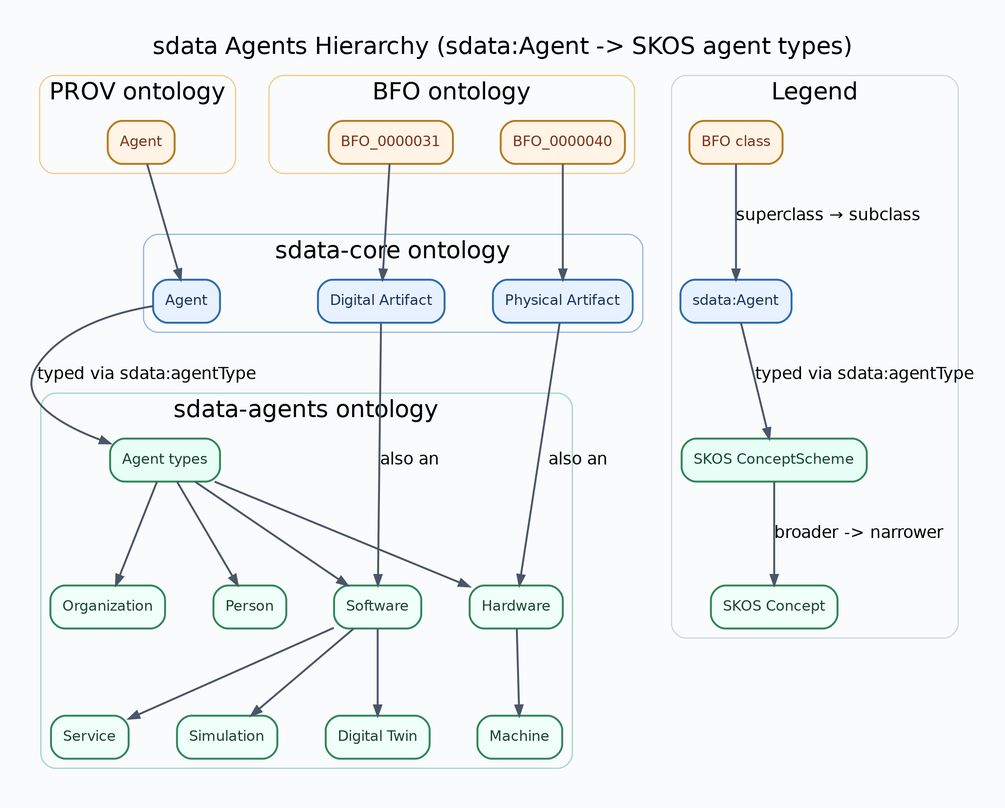
Before: docs/diagrams/sdata-agents-hierarchy.png, a diagram exported from Graphviz (lepy/sdata-ontology). Its source is kept beside it as docs/diagrams/sdata-agents-hierarchy.dot.
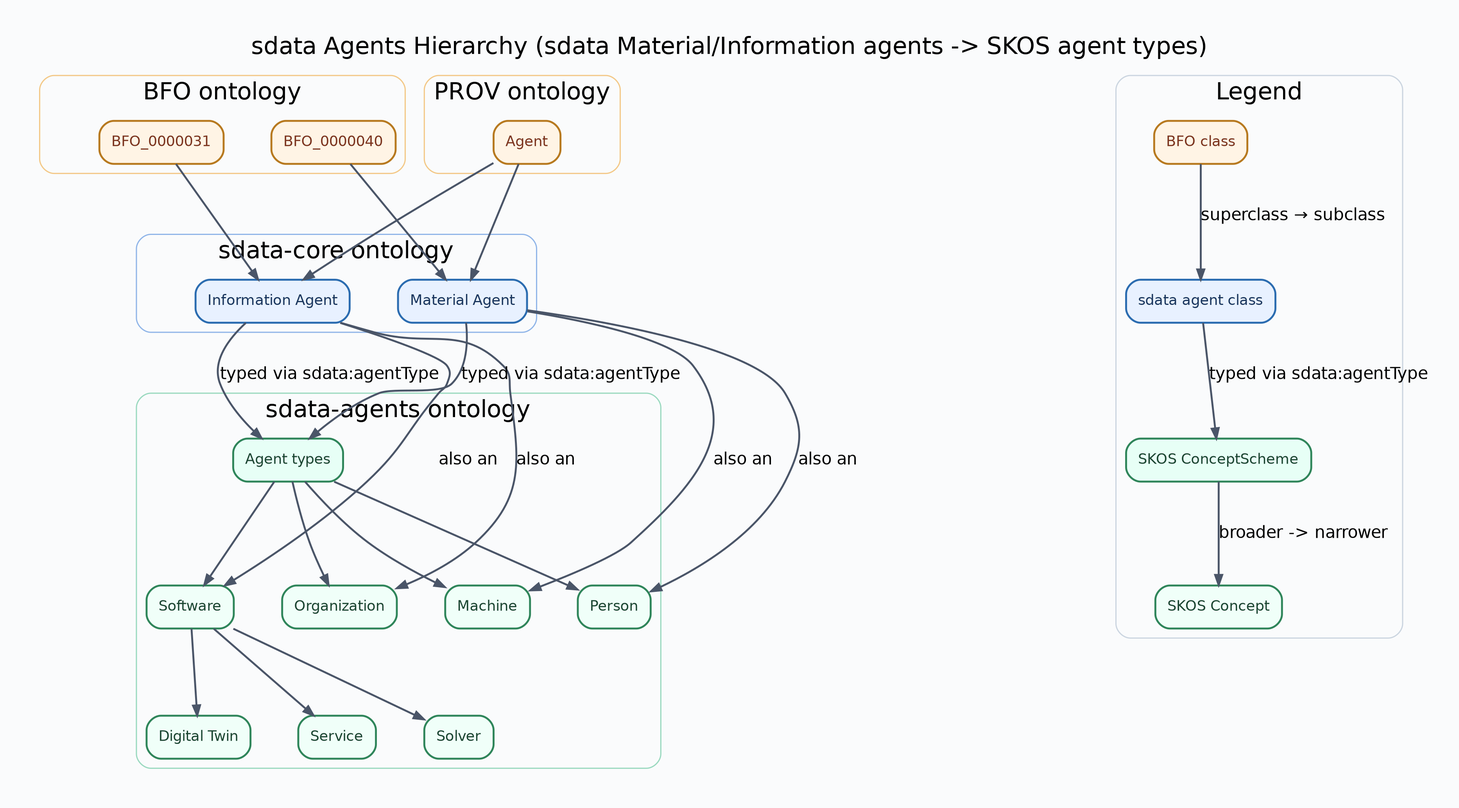
After the change.

What changed in the source:
```diff
@@ -2,7 +2,7 @@
 	graph [bgcolor="#FAFBFC",
 		fontname=Helvetica,
 		fontsize=20,
-		label="sdata Agents Hierarchy (sdata:Agent -> SKOS agent types)",
+		label="sdata Agents Hierarchy (sdata Material/Information agents -> SKOS agent types)",
 		labeljust=c,
 		labelloc=t,
 		nodesep=0.55,
@@ -25,20 +25,6 @@
 		fontname=Helvetica,
 		penwidth=1.6
 	];
-	subgraph cluster_prov {
-		graph [color="#F3C887",
-			label="PROV ontology",
-			style=rounded
-		];
-		"http://www.w3.org/ns/prov#Agent"	[color="#B7791F",
-			fillcolor="#FFF4E5",
-			fontcolor="#7B341E",
-			label=Agent];
-		__anchor_prov	[height=0,
-			label="",
-			style=invis,
-			width=0];
-	}
 	subgraph cluster_bfo {
 		graph [color="#F3C887",
 			label="BFO ontology",
@@ -57,23 +43,58 @@
 			style=invis,
 			width=0];
 	}
+	subgraph cluster_legend {
+		graph [color="#CBD5E0",
+			label=Legend,
+			style=rounded
+		];
+		legend_sdata	[color="#2B6CB0",
+			fillcolor="#E8F1FF",
+			fontcolor="#1A365D",
+			label="sdata agent class"];
+		legend_scheme	[color="#2F855A",
+			fillcolor="#E7FFF6",
+			fontcolor="#1C4532",
+			label="SKOS ConceptScheme"];
+		legend_sdata -> legend_scheme	[label="typed via sdata:agentType"];
+		legend_bfo	[color="#B7791F",
+			fillcolor="#FFF4E5",
+			fontcolor="#7B341E",
+			label="BFO class"];
+		legend_bfo -> legend_sdata	[label="superclass → subclass"];
+		legend_concept	[color="#2F855A",
+			fillcolor="#F0FFF9",
+			fontcolor="#1C4532",
+			label="SKOS Concept"];
+		legend_scheme -> legend_concept	[label="broader -> narrower"];
+	}
+	subgraph cluster_prov {
+		graph [color="#F3C887",
+			label="PROV ontology",
+			style=rounded
+		];
+		"http://www.w3.org/ns/prov#Agent"	[color="#B7791F",
+			fillcolor="#FFF4E5",
+			fontcolor="#7B341E",
+			label=Agent];
+		__anchor_prov	[height=0,
+			label="",
+			style=invis,
+			width=0];
+	}
 	subgraph cluster_core {
 		graph [color="#90B5E8",
 			label="sdata-core ontology",
 			style=rounded
 		];
-		"https://w3id.org/sdata/core#Agent"	[color="#2B6CB0",
+		"https://w3id.org/sdata/core#InformationAgent"	[color="#2B6CB0",
 			fillcolor="#E8F1FF",
 			fontcolor="#1A365D",
-			label=Agent];
-		"https://w3id.org/sdata/core#DigitalArtifact"	[color="#2B6CB0",
+			label="Information Agent"];
+		"https://w3id.org/sdata/core#MaterialAgent"	[color="#2B6CB0",
 			fillcolor="#E8F1FF",
 			fontcolor="#1A365D",
-			label="Digital Artifact"];
-		"https://w3id.org/sdata/core#PhysicalArtifact"	[color="#2B6CB0",
-			fillcolor="#E8F1FF",
-			fontcolor="#1A365D",
-			label="Physical Artifact"];
+			label="Material Agent"];
 		__anchor_core	[height=0,
 			label="",
 			style=invis,
@@ -92,10 +113,6 @@
 			fillcolor="#F0FFF9",
 			fontcolor="#1C4532",
 			label="Digital Twin"];
-		"https://w3id.org/sdata/vocab/agents#Hardware"	[color="#2F855A",
-			fillcolor="#F0FFF9",
-			fontcolor="#1C4532",
-			label=Hardware];
 		"https://w3id.org/sdata/vocab/agents#Machine"	[color="#2F855A",
 			fillcolor="#F0FFF9",
 			fontcolor="#1C4532",
@@ -112,58 +129,36 @@
 			fillcolor="#F0FFF9",
 			fontcolor="#1C4532",
 			label=Service];
-		"https://w3id.org/sdata/vocab/agents#Simulation"	[color="#2F855A",
-			fillcolor="#F0FFF9",
-			fontcolor="#1C4532",
-			label=Simulation];
 		"https://w3id.org/sdata/vocab/agents#Software"	[color="#2F855A",
 			fillcolor="#F0FFF9",
 			fontcolor="#1C4532",
 			label=Software];
+		"https://w3id.org/sdata/vocab/agents#Solver"	[color="#2F855A",
+			fillcolor="#F0FFF9",
+			fontcolor="#1C4532",
+			label=Solver];
 		__anchor_agents	[height=0,
 			label="",
 			style=invis,
 			width=0];
 	}
-	subgraph cluster_legend {
-		graph [color="#CBD5E0",
-			label=Legend,
-			style=rounded
-		];
-		legend_sdata	[color="#2B6CB0",
-			fillcolor="#E8F1FF",
-			fontcolor="#1A365D",
-			label="sdata:Agent"];
-		legend_scheme	[color="#2F855A",
-			fillcolor="#E7FFF6",
-			fontcolor="#1C4532",
-			label="SKOS ConceptScheme"];
-		legend_sdata -> legend_scheme	[label="typed via sdata:agentType"];
-		legend_bfo	[color="#B7791F",
-			fillcolor="#FFF4E5",
-			fontcolor="#7B341E",
-			label="BFO class"];
-		legend_bfo -> legend_sdata	[label="superclass → subclass"];
-		legend_concept	[color="#2F855A",
-			fillcolor="#F0FFF9",
-			fontcolor="#1C4532",
-			label="SKOS Concept"];
-		legend_scheme -> legend_concept	[label="broader -> narrower"];
-	}
-	"http://purl.obolibrary.org/obo/BFO_0000031" -> "https://w3id.org/sdata/core#DigitalArtifact";
-	"http://purl.obolibrary.org/obo/BFO_0000040" -> "https://w3id.org/sdata/core#PhysicalArtifact";
-	"http://www.w3.org/ns/prov#Agent" -> "https://w3id.org/sdata/core#Agent";
-	"https://w3id.org/sdata/core#Agent" -> "https://w3id.org/sdata/vocab/agents#AgentTypeScheme"	[label="typed via sdata:agentType"];
-	"https://w3id.org/sdata/core#DigitalArtifact" -> "https://w3id.org/sdata/vocab/agents#Software"	[label="also an"];
-	"https://w3id.org/sdata/core#PhysicalArtifact" -> "https://w3id.org/sdata/vocab/agents#Hardware"	[label="also an"];
-	"https://w3id.org/sdata/vocab/agents#AgentTypeScheme" -> "https://w3id.org/sdata/vocab/agents#Hardware";
+	"http://purl.obolibrary.org/obo/BFO_0000031" -> "https://w3id.org/sdata/core#InformationAgent";
+	"http://purl.obolibrary.org/obo/BFO_0000040" -> "https://w3id.org/sdata/core#MaterialAgent";
+	"http://www.w3.org/ns/prov#Agent" -> "https://w3id.org/sdata/core#InformationAgent";
+	"http://www.w3.org/ns/prov#Agent" -> "https://w3id.org/sdata/core#MaterialAgent";
+	"https://w3id.org/sdata/core#InformationAgent" -> "https://w3id.org/sdata/vocab/agents#AgentTypeScheme"	[label="typed via sdata:agentType"];
+	"https://w3id.org/sdata/core#InformationAgent" -> "https://w3id.org/sdata/vocab/agents#Organization"	[label="also an"];
+	"https://w3id.org/sdata/core#InformationAgent" -> "https://w3id.org/sdata/vocab/agents#Software"	[label="also an"];
+	"https://w3id.org/sdata/core#MaterialAgent" -> "https://w3id.org/sdata/vocab/agents#AgentTypeScheme"	[label="typed via sdata:agentType"];
+	"https://w3id.org/sdata/core#MaterialAgent" -> "https://w3id.org/sdata/vocab/agents#Machine"	[label="also an"];
+	"https://w3id.org/sdata/core#MaterialAgent" -> "https://w3id.org/sdata/vocab/agents#Person"	[label="also an"];
+	"https://w3id.org/sdata/vocab/agents#AgentTypeScheme" -> "https://w3id.org/sdata/vocab/agents#Machine";
 	"https://w3id.org/sdata/vocab/agents#AgentTypeScheme" -> "https://w3id.org/sdata/vocab/agents#Organization";
 	"https://w3id.org/sdata/vocab/agents#AgentTypeScheme" -> "https://w3id.org/sdata/vocab/agents#Person";
 	"https://w3id.org/sdata/vocab/agents#AgentTypeScheme" -> "https://w3id.org/sdata/vocab/agents#Software";
-	"https://w3id.org/sdata/vocab/agents#Hardware" -> "https://w3id.org/sdata/vocab/agents#Machine";
 	"https://w3id.org/sdata/vocab/agents#Software" -> "https://w3id.org/sdata/vocab/agents#DigitalTwin";
 	"https://w3id.org/sdata/vocab/agents#Software" -> "https://w3id.org/sdata/vocab/agents#Service";
-	"https://w3id.org/sdata/vocab/agents#Software" -> "https://w3id.org/sdata/vocab/agents#Simulation";
+	"https://w3id.org/sdata/vocab/agents#Software" -> "https://w3id.org/sdata/vocab/agents#Solver";
 	__anchor_prov -> __anchor_core	[style=invis,
 		weight=20];
 	__anchor_bfo -> __anchor_core	[style=invis,
```
